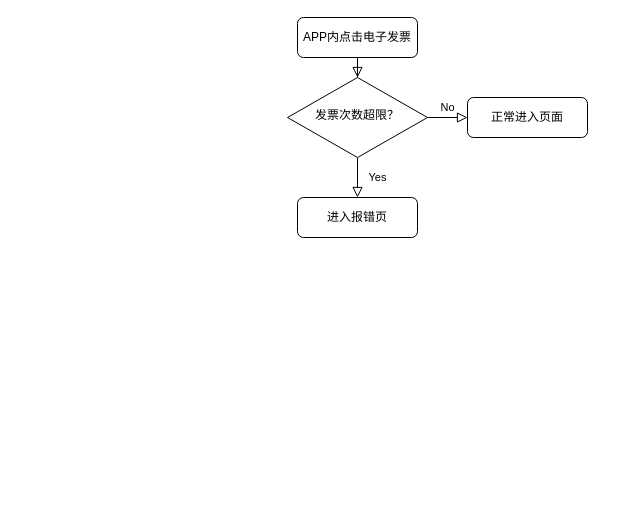
drkying/draw.io keeps this draw.io diagram as 未命名绘图.drawio. Above is the earlier version. Source tidied: cells renumbered, new cells numbered last; positions are measured from the earlier drawing's top-left corner, leaving out a move shared by most shapes. Both pictures are drawn from the tidied source at 100%, with x=0, y=0 at pixel (287, 17).
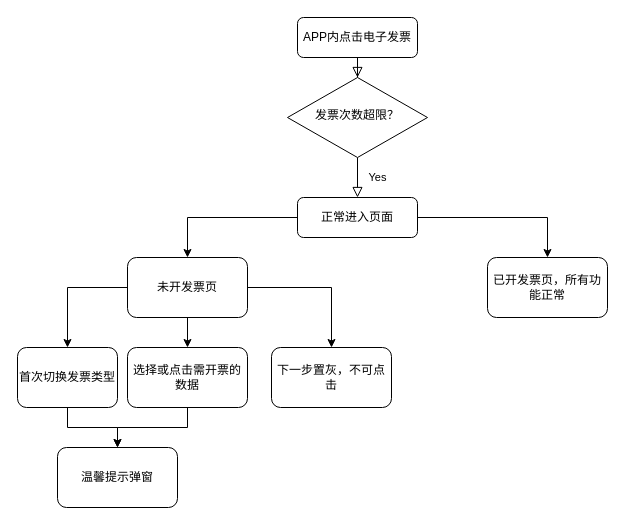
After the change.

Commit message (it also covers changes not shown here):
更新未命名绘图.drawio

Change to the diagram source:
```diff
@@
 <mxGraphModel>
   <root>
     <mxCell id="0" />
     <mxCell id="1" parent="0" />
     <mxCell id="2" style="rounded=0;html=1;jettySize=auto;fontSize=11;endArrow=block;endFill=0;endSize=8;strokeWidth=1;shadow=0;labelBackgroundColor=none;edgeStyle=orthogonalEdgeStyle;" parent="1" edge="1" source="3" target="6">
       <mxGeometry relative="1" as="geometry" />
     </mxCell>
     <mxCell id="3" value="APP内点击电子发票" style="rounded=1;whiteSpace=wrap;html=1;fontSize=12;glass=0;strokeWidth=1;shadow=0;" parent="1" vertex="1">
       <mxGeometry x="10" width="120" height="40" as="geometry" />
     </mxCell>
     <mxCell id="4" value="Yes" style="rounded=0;html=1;jettySize=auto;fontSize=11;endArrow=block;endFill=0;endSize=8;strokeWidth=1;shadow=0;labelBackgroundColor=none;edgeStyle=orthogonalEdgeStyle;entryX=0.5;entryY=0;entryDx=0;entryDy=0;" parent="1" edge="1" source="6" target="8">
       <mxGeometry y="20" relative="1" as="geometry" />
     </mxCell>
-    <mxCell id="5" value="No" style="edgeStyle=orthogonalEdgeStyle;rounded=0;html=1;jettySize=auto;fontSize=11;endArrow=block;endFill=0;endSize=8;strokeWidth=1;shadow=0;labelBackgroundColor=none;" parent="1" edge="1" source="6" target="7">
-      <mxGeometry y="10" relative="1" as="geometry" />
-    </mxCell>
     <mxCell id="6" value="发票次数超限？" style="rhombus;whiteSpace=wrap;html=1;shadow=0;fontFamily=Helvetica;fontSize=12;align=center;strokeWidth=1;spacing=6;spacingTop=-4;" parent="1" vertex="1">
       <mxGeometry y="60" width="140" height="80" as="geometry" />
     </mxCell>
-    <mxCell id="7" value="正常进入页面" style="rounded=1;whiteSpace=wrap;html=1;fontSize=12;glass=0;strokeWidth=1;shadow=0;" parent="1" vertex="1">
-      <mxGeometry x="180" y="80" width="120" height="40" as="geometry" />
-    </mxCell>
+    <mxCell id="9" style="edgeStyle=orthogonalEdgeStyle;rounded=0;jettySize=auto;html=1;" parent="1" edge="1" source="8" target="11">
+      <mxGeometry relative="1" as="geometry" />
+    </mxCell>
+    <mxCell id="10" style="edgeStyle=orthogonalEdgeStyle;rounded=0;jettySize=auto;html=1;" parent="1" edge="1" source="8" target="15">
+      <mxGeometry relative="1" as="geometry" />
+    </mxCell>
-    <mxCell id="8" value="进入报错页" style="rounded=1;whiteSpace=wrap;html=1;fontSize=12;glass=0;strokeWidth=1;shadow=0;" parent="1" vertex="1">
+    <mxCell id="8" value="正常进入页面" style="rounded=1;whiteSpace=wrap;html=1;fontSize=12;glass=0;strokeWidth=1;shadow=0;" parent="1" vertex="1">
       <mxGeometry x="10" y="180" width="120" height="40" as="geometry" />
     </mxCell>
+    <mxCell id="11" value="已开发票页，所有功能正常" style="whiteSpace=wrap;html=1;rounded=1;glass=0;strokeWidth=1;shadow=0;" parent="1" vertex="1">
+      <mxGeometry x="200" y="240" width="120" height="60" as="geometry" />
+    </mxCell>
+    <mxCell id="12" style="edgeStyle=orthogonalEdgeStyle;rounded=0;jettySize=auto;html=1;" parent="1" edge="1" source="15" target="17">
+      <mxGeometry relative="1" as="geometry" />
+    </mxCell>
+    <mxCell id="13" style="edgeStyle=orthogonalEdgeStyle;rounded=0;jettySize=auto;html=1;" parent="1" edge="1" source="15" target="19">
+      <mxGeometry relative="1" as="geometry" />
+    </mxCell>
+    <mxCell id="14" style="edgeStyle=orthogonalEdgeStyle;rounded=0;jettySize=auto;html=1;" parent="1" edge="1" source="15" target="20">
+      <mxGeometry relative="1" as="geometry" />
+    </mxCell>
+    <mxCell id="15" value="未开发票页" style="whiteSpace=wrap;html=1;rounded=1;glass=0;strokeWidth=1;shadow=0;" parent="1" vertex="1">
+      <mxGeometry x="-160" y="240" width="120" height="60" as="geometry" />
+    </mxCell>
+    <mxCell id="16" style="edgeStyle=orthogonalEdgeStyle;rounded=0;jettySize=auto;html=1;exitX=0.5;exitY=1;exitDx=0;exitDy=0;entryX=0.5;entryY=0;entryDx=0;entryDy=0;" parent="1" edge="1" source="17" target="21">
+      <mxGeometry relative="1" as="geometry" />
+    </mxCell>
+    <mxCell id="17" value="首次切换发票类型" style="whiteSpace=wrap;html=1;rounded=1;glass=0;strokeWidth=1;shadow=0;" parent="1" vertex="1">
+      <mxGeometry x="-270" y="330" width="100" height="60" as="geometry" />
+    </mxCell>
+    <mxCell id="18" style="edgeStyle=orthogonalEdgeStyle;rounded=0;jettySize=auto;html=1;" parent="1" edge="1" source="19" target="21">
+      <mxGeometry relative="1" as="geometry" />
+    </mxCell>
+    <mxCell id="19" value="选择或点击需开票的数据" style="whiteSpace=wrap;html=1;rounded=1;glass=0;strokeWidth=1;shadow=0;" parent="1" vertex="1">
+      <mxGeometry x="-160" y="330" width="120" height="60" as="geometry" />
+    </mxCell>
+    <mxCell id="20" value="下一步置灰，不可点击" style="whiteSpace=wrap;html=1;rounded=1;glass=0;strokeWidth=1;shadow=0;" parent="1" vertex="1">
+      <mxGeometry x="-16" y="330" width="120" height="60" as="geometry" />
+    </mxCell>
+    <mxCell id="21" value="温馨提示弹窗" style="whiteSpace=wrap;html=1;rounded=1;glass=0;strokeWidth=1;shadow=0;" parent="1" vertex="1">
+      <mxGeometry x="-230" y="430" width="120" height="60" as="geometry" />
+    </mxCell>
   </root>
 </mxGraphModel>
```
